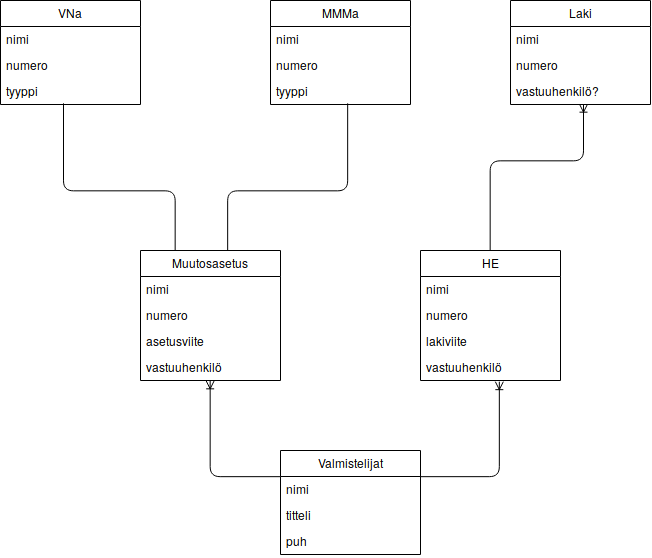
Themis1/LS-rekisteri keeps this draw.io diagram as LS-rekisteri_kaavio.png. Above is the earlier version. Source tidied: cells renumbered, new cells last; positions are measured from the earlier drawing's top-left corner, leaving out a move shared by most shapes.
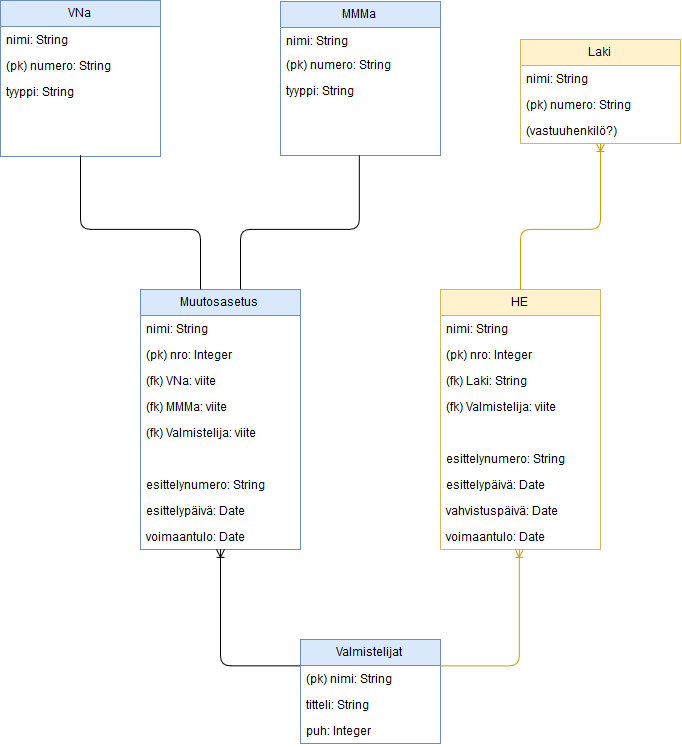
Later version of the same file.

The edit, as a diff of the source:
```diff
@@ -2,121 +2,164 @@
   <root>
     <mxCell id="0" />
     <mxCell id="1" parent="0" />
-    <mxCell id="2" value="VNa" style="swimlane;fontStyle=0;horizontal=1;startSize=26;fillColor=none;" parent="1" vertex="1">
-      <mxGeometry width="140" height="104" as="geometry" />
+    <mxCell id="2" value="VNa" style="swimlane;fontStyle=0;horizontal=1;startSize=26;fillColor=#dae8fc;strokeColor=#6c8ebf;" parent="1" vertex="1">
+      <mxGeometry x="-20" y="-39" width="160" height="156" as="geometry" />
     </mxCell>
-    <mxCell id="3" value="nimi" style="text;strokeColor=none;fillColor=none;align=left;verticalAlign=top;spacingLeft=4;spacingRight=4;overflow=hidden;" parent="2" vertex="1">
-      <mxGeometry y="26" width="140" height="26" as="geometry" />
+    <mxCell id="3" value="nimi: String" style="text;strokeColor=none;fillColor=none;align=left;verticalAlign=top;spacingLeft=4;spacingRight=4;overflow=hidden;" parent="2" vertex="1">
+      <mxGeometry y="26" width="160" height="26" as="geometry" />
     </mxCell>
-    <mxCell id="4" value="numero" style="text;strokeColor=none;fillColor=none;align=left;verticalAlign=top;spacingLeft=4;spacingRight=4;overflow=hidden;" parent="2" vertex="1">
-      <mxGeometry y="52" width="140" height="26" as="geometry" />
+    <mxCell id="4" value="(pk) numero: String" style="text;strokeColor=none;fillColor=none;align=left;verticalAlign=top;spacingLeft=4;spacingRight=4;overflow=hidden;" parent="2" vertex="1">
+      <mxGeometry y="52" width="160" height="26" as="geometry" />
     </mxCell>
-    <mxCell id="5" value="tyyppi" style="text;strokeColor=none;fillColor=none;align=left;verticalAlign=top;spacingLeft=4;spacingRight=4;overflow=hidden;points=[[0,0.5],[1,0.5]];portConstraint=eastwest;" parent="2" vertex="1">
-      <mxGeometry y="78" width="140" height="26" as="geometry" />
+    <mxCell id="5" value="tyyppi: String" style="text;strokeColor=none;fillColor=none;align=left;verticalAlign=top;spacingLeft=4;spacingRight=4;overflow=hidden;points=[[0,0.5],[1,0.5]];portConstraint=eastwest;" parent="2" vertex="1">
+      <mxGeometry y="78" width="160" height="26" as="geometry" />
     </mxCell>
-    <mxCell id="6" value="MMMa" style="swimlane;fontStyle=0;horizontal=1;startSize=26;fillColor=none;" parent="1" vertex="1">
-      <mxGeometry x="270" width="140" height="104" as="geometry" />
+    <mxCell id="6" value=" " style="text;strokeColor=none;fillColor=none;align=left;verticalAlign=top;spacingLeft=4;spacingRight=4;overflow=hidden;" parent="2" vertex="1">
+      <mxGeometry y="104" width="160" height="26" as="geometry" />
     </mxCell>
-    <mxCell id="7" value="nimi" style="text;strokeColor=none;fillColor=none;align=left;verticalAlign=top;spacingLeft=4;spacingRight=4;overflow=hidden;points=[[0,0.5],[1,0.5]];portConstraint=eastwest;" parent="6" vertex="1">
-      <mxGeometry y="26" width="140" height="26" as="geometry" />
+    <mxCell id="7" value=" " style="text;strokeColor=none;fillColor=none;align=left;verticalAlign=top;spacingLeft=4;spacingRight=4;overflow=hidden;points=[[0,0.5],[1,0.5]];portConstraint=eastwest;" parent="2" vertex="1">
+      <mxGeometry y="130" width="160" height="26" as="geometry" />
     </mxCell>
-    <mxCell id="8" value="numero" style="text;strokeColor=none;fillColor=none;align=left;verticalAlign=top;spacingLeft=4;spacingRight=4;overflow=hidden;" parent="6" vertex="1">
-      <mxGeometry y="52" width="140" height="26" as="geometry" />
+    <mxCell id="8" value="MMMa" style="swimlane;fontStyle=0;horizontal=1;startSize=26;fillColor=#dae8fc;strokeColor=#6c8ebf;" parent="1" vertex="1">
+      <mxGeometry x="260" y="-38" width="160" height="154" as="geometry" />
     </mxCell>
-    <mxCell id="9" value="tyyppi" style="text;strokeColor=none;fillColor=none;align=left;verticalAlign=top;spacingLeft=4;spacingRight=4;overflow=hidden;points=[[0,0.5],[1,0.5]];portConstraint=eastwest;" parent="6" vertex="1">
-      <mxGeometry y="78" width="140" height="26" as="geometry" />
+    <mxCell id="9" value="nimi: String" style="text;strokeColor=none;fillColor=none;align=left;verticalAlign=top;spacingLeft=4;spacingRight=4;overflow=hidden;points=[[0,0.5],[1,0.5]];portConstraint=eastwest;" parent="8" vertex="1">
+      <mxGeometry y="26" width="160" height="24" as="geometry" />
     </mxCell>
-    <mxCell id="10" value="Laki" style="swimlane;fontStyle=0;horizontal=1;startSize=26;fillColor=none;" parent="1" vertex="1">
-      <mxGeometry x="510" width="140" height="104" as="geometry" />
+    <mxCell id="10" value="(pk) numero: String" style="text;strokeColor=none;fillColor=none;align=left;verticalAlign=top;spacingLeft=4;spacingRight=4;overflow=hidden;" parent="8" vertex="1">
+      <mxGeometry y="50" width="160" height="26" as="geometry" />
     </mxCell>
-    <mxCell id="11" value="nimi" style="text;strokeColor=none;fillColor=none;align=left;verticalAlign=top;spacingLeft=4;spacingRight=4;overflow=hidden;" parent="10" vertex="1">
-      <mxGeometry y="26" width="140" height="26" as="geometry" />
+    <mxCell id="11" value="tyyppi: String" style="text;strokeColor=none;fillColor=none;align=left;verticalAlign=top;spacingLeft=4;spacingRight=4;overflow=hidden;" parent="8" vertex="1">
+      <mxGeometry y="76" width="160" height="26" as="geometry" />
     </mxCell>
-    <mxCell id="12" value="numero" style="text;strokeColor=none;fillColor=none;align=left;verticalAlign=top;spacingLeft=4;spacingRight=4;overflow=hidden;" parent="10" vertex="1">
-      <mxGeometry y="52" width="140" height="26" as="geometry" />
+    <mxCell id="12" value="&#10;" style="text;strokeColor=none;fillColor=none;align=left;verticalAlign=top;spacingLeft=4;spacingRight=4;overflow=hidden;" parent="8" vertex="1">
+      <mxGeometry y="102" width="160" height="26" as="geometry" />
     </mxCell>
-    <mxCell id="13" value="vastuuhenkilö?" style="text;strokeColor=none;fillColor=none;align=left;verticalAlign=top;spacingLeft=4;spacingRight=4;overflow=hidden;points=[[0,0.5],[1,0.5]];portConstraint=eastwest;" parent="10" vertex="1">
-      <mxGeometry y="78" width="140" height="26" as="geometry" />
+    <mxCell id="13" value="&#10;" style="text;strokeColor=none;fillColor=none;align=left;verticalAlign=top;spacingLeft=4;spacingRight=4;overflow=hidden;points=[[0,0.5],[1,0.5]];portConstraint=eastwest;" parent="8" vertex="1">
+      <mxGeometry y="128" width="160" height="26" as="geometry" />
     </mxCell>
-    <mxCell id="14" value="Muutosasetus" style="swimlane;fontStyle=0;horizontal=1;startSize=26;fillColor=none;" parent="1" vertex="1">
-      <mxGeometry x="140" y="250" width="140" height="130" as="geometry" />
+    <mxCell id="14" value="Laki" style="swimlane;fontStyle=0;horizontal=1;startSize=26;fillColor=#fff2cc;strokeColor=#d6b656;" parent="1" vertex="1">
+      <mxGeometry x="500" width="160" height="104" as="geometry" />
     </mxCell>
-    <mxCell id="15" value="nimi" style="text;strokeColor=none;fillColor=none;align=left;verticalAlign=top;spacingLeft=4;spacingRight=4;overflow=hidden;" parent="14" vertex="1">
-      <mxGeometry y="26" width="140" height="26" as="geometry" />
+    <mxCell id="15" value="nimi: String" style="text;strokeColor=none;fillColor=none;align=left;verticalAlign=top;spacingLeft=4;spacingRight=4;overflow=hidden;" parent="14" vertex="1">
+      <mxGeometry y="26" width="160" height="26" as="geometry" />
     </mxCell>
-    <mxCell id="16" value="numero" style="text;strokeColor=none;fillColor=none;align=left;verticalAlign=top;spacingLeft=4;spacingRight=4;overflow=hidden;" parent="14" vertex="1">
-      <mxGeometry y="52" width="140" height="26" as="geometry" />
+    <mxCell id="16" value="(pk) numero: String" style="text;strokeColor=none;fillColor=none;align=left;verticalAlign=top;spacingLeft=4;spacingRight=4;overflow=hidden;" parent="14" vertex="1">
+      <mxGeometry y="52" width="160" height="26" as="geometry" />
     </mxCell>
-    <mxCell id="17" value="asetusviite" style="text;strokeColor=none;fillColor=none;align=left;verticalAlign=top;spacingLeft=4;spacingRight=4;overflow=hidden;points=[[0,0.5],[1,0.5]];portConstraint=eastwest;" parent="14" vertex="1">
-      <mxGeometry y="78" width="140" height="26" as="geometry" />
+    <mxCell id="17" value="(vastuuhenkilö?)" style="text;strokeColor=none;fillColor=none;align=left;verticalAlign=top;spacingLeft=4;spacingRight=4;overflow=hidden;points=[[0,0.5],[1,0.5]];portConstraint=eastwest;" parent="14" vertex="1">
+      <mxGeometry y="78" width="160" height="26" as="geometry" />
     </mxCell>
-    <mxCell id="18" value="vastuuhenkilö" style="text;strokeColor=none;fillColor=none;align=left;verticalAlign=top;spacingLeft=4;spacingRight=4;overflow=hidden;points=[[0,0.5],[1,0.5]];portConstraint=eastwest;" parent="14" vertex="1">
-      <mxGeometry y="104" width="140" height="26" as="geometry" />
+    <mxCell id="18" value="Muutosasetus" style="swimlane;fontStyle=0;horizontal=1;startSize=26;fillColor=#dae8fc;strokeColor=#6c8ebf;" parent="1" vertex="1">
+      <mxGeometry x="120" y="250" width="160" height="260" as="geometry" />
     </mxCell>
-    <mxCell id="19" value="HE" style="swimlane;fontStyle=0;horizontal=1;startSize=26;fillColor=none;" parent="1" vertex="1">
-      <mxGeometry x="420" y="250" width="140" height="130" as="geometry" />
+    <mxCell id="19" value="nimi: String" style="text;strokeColor=none;fillColor=none;align=left;verticalAlign=top;spacingLeft=4;spacingRight=4;overflow=hidden;points=[[0,0.5],[1,0.5]];portConstraint=eastwest;" parent="18" vertex="1">
+      <mxGeometry y="26" width="160" height="26" as="geometry" />
     </mxCell>
-    <mxCell id="20" value="nimi" style="text;strokeColor=none;fillColor=none;align=left;verticalAlign=top;spacingLeft=4;spacingRight=4;overflow=hidden;" parent="19" vertex="1">
-      <mxGeometry y="26" width="140" height="26" as="geometry" />
+    <mxCell id="20" value="(pk) nro: Integer" style="text;strokeColor=none;fillColor=none;align=left;verticalAlign=top;spacingLeft=4;spacingRight=4;overflow=hidden;" parent="18" vertex="1">
+      <mxGeometry y="52" width="160" height="26" as="geometry" />
     </mxCell>
-    <mxCell id="21" value="numero" style="text;strokeColor=none;fillColor=none;align=left;verticalAlign=top;spacingLeft=4;spacingRight=4;overflow=hidden;" parent="19" vertex="1">
-      <mxGeometry y="52" width="140" height="26" as="geometry" />
+    <mxCell id="21" value="(fk) VNa: viite" style="text;strokeColor=none;fillColor=none;align=left;verticalAlign=top;spacingLeft=4;spacingRight=4;overflow=hidden;" parent="18" vertex="1">
+      <mxGeometry y="78" width="160" height="26" as="geometry" />
     </mxCell>
-    <mxCell id="22" value="lakiviite" style="text;strokeColor=none;fillColor=none;align=left;verticalAlign=top;spacingLeft=4;spacingRight=4;overflow=hidden;" parent="19" vertex="1">
-      <mxGeometry y="78" width="140" height="26" as="geometry" />
+    <mxCell id="22" value="(fk) MMMa: viite" style="text;strokeColor=none;fillColor=none;align=left;verticalAlign=top;spacingLeft=4;spacingRight=4;overflow=hidden;" parent="18" vertex="1">
+      <mxGeometry y="104" width="160" height="26" as="geometry" />
     </mxCell>
-    <mxCell id="23" value="vastuuhenkilö" style="text;strokeColor=none;fillColor=none;align=left;verticalAlign=top;spacingLeft=4;spacingRight=4;overflow=hidden;points=[[0,0.5],[1,0.5]];portConstraint=eastwest;" parent="19" vertex="1">
-      <mxGeometry y="104" width="140" height="26" as="geometry" />
+    <mxCell id="23" value="(fk) Valmistelija: viite" style="text;strokeColor=none;fillColor=none;align=left;verticalAlign=top;spacingLeft=4;spacingRight=4;overflow=hidden;points=[[0,0.5],[1,0.5]];portConstraint=eastwest;" parent="18" vertex="1">
+      <mxGeometry y="130" width="160" height="26" as="geometry" />
     </mxCell>
-    <mxCell id="24" value="Valmistelijat" style="swimlane;fontStyle=0;horizontal=1;startSize=26;fillColor=none;" parent="1" vertex="1">
-      <mxGeometry x="280" y="450" width="140" height="104" as="geometry" />
+    <mxCell id="24" value=" " style="text;strokeColor=none;fillColor=none;align=left;verticalAlign=top;spacingLeft=4;spacingRight=4;overflow=hidden;points=[[0,0.5],[1,0.5]];portConstraint=eastwest;" parent="18" vertex="1">
+      <mxGeometry y="156" width="160" height="26" as="geometry" />
     </mxCell>
-    <mxCell id="25" value="nimi" style="text;strokeColor=none;fillColor=none;align=left;verticalAlign=top;spacingLeft=4;spacingRight=4;overflow=hidden;" parent="24" vertex="1">
-      <mxGeometry y="26" width="140" height="26" as="geometry" />
+    <mxCell id="25" value="esittelynumero: String" style="text;strokeColor=none;fillColor=none;align=left;verticalAlign=top;spacingLeft=4;spacingRight=4;overflow=hidden;" parent="18" vertex="1">
+      <mxGeometry y="182" width="160" height="26" as="geometry" />
     </mxCell>
-    <mxCell id="26" value="titteli" style="text;strokeColor=none;fillColor=none;align=left;verticalAlign=top;spacingLeft=4;spacingRight=4;overflow=hidden;" parent="24" vertex="1">
-      <mxGeometry y="52" width="140" height="26" as="geometry" />
+    <mxCell id="26" value="esittelypäivä: Date" style="text;strokeColor=none;fillColor=none;align=left;verticalAlign=top;spacingLeft=4;spacingRight=4;overflow=hidden;" parent="18" vertex="1">
+      <mxGeometry y="208" width="160" height="26" as="geometry" />
     </mxCell>
-    <mxCell id="27" value="puh" style="text;strokeColor=none;fillColor=none;align=left;verticalAlign=top;spacingLeft=4;spacingRight=4;overflow=hidden;" parent="24" vertex="1">
-      <mxGeometry y="78" width="140" height="26" as="geometry" />
+    <mxCell id="27" value="voimaantulo: Date" style="text;strokeColor=none;fillColor=none;align=left;verticalAlign=top;spacingLeft=4;spacingRight=4;overflow=hidden;" parent="18" vertex="1">
+      <mxGeometry y="234" width="160" height="26" as="geometry" />
     </mxCell>
-    <mxCell id="28" style="edgeStyle=orthogonalEdgeStyle;fontSize=12;html=1;endArrow=ERoneToMany;exitX=0.5;exitY=0;exitDx=0;exitDy=0;entryX=0.523;entryY=0.998;entryDx=0;entryDy=0;entryPerimeter=0;" parent="1" edge="1" source="19" target="13">
-      <mxGeometry relative="1" as="geometry">
-        <Array as="points">
-          <mxPoint x="490" y="160" />
-          <mxPoint x="583" y="160" />
-        </Array>
-      </mxGeometry>
+    <mxCell id="28" value="HE" style="swimlane;fontStyle=0;horizontal=1;startSize=26;fillColor=#fff2cc;strokeColor=#d6b656;" parent="1" vertex="1">
+      <mxGeometry x="420" y="250" width="160" height="260" as="geometry" />
     </mxCell>
-    <mxCell id="29" style="endArrow=none;html=1;exitX=0.45;exitY=0.962;exitDx=0;exitDy=0;entryX=0.25;entryY=0;entryDx=0;entryDy=0;exitPerimeter=0;edgeStyle=orthogonalEdgeStyle;" parent="1" edge="1" source="5" target="14">
-      <mxGeometry relative="1" as="geometry">
-        <Array as="points">
-          <mxPoint x="63" y="190" />
-          <mxPoint x="175" y="190" />
-        </Array>
-      </mxGeometry>
+    <mxCell id="29" value="nimi: String" style="text;strokeColor=none;fillColor=none;align=left;verticalAlign=top;spacingLeft=4;spacingRight=4;overflow=hidden;" parent="28" vertex="1">
+      <mxGeometry y="26" width="160" height="26" as="geometry" />
     </mxCell>
-    <mxCell id="30" style="endArrow=none;html=1;exitX=0.623;exitY=0.004;exitDx=0;exitDy=0;entryX=0.55;entryY=0.967;entryDx=0;entryDy=0;exitPerimeter=0;entryPerimeter=0;edgeStyle=orthogonalEdgeStyle;" parent="1" edge="1" source="14" target="9">
-      <mxGeometry relative="1" as="geometry">
-        <Array as="points">
-          <mxPoint x="227" y="190" />
-          <mxPoint x="347" y="190" />
-        </Array>
-      </mxGeometry>
+    <mxCell id="30" value="(pk) nro: Integer" style="text;strokeColor=none;fillColor=none;align=left;verticalAlign=top;spacingLeft=4;spacingRight=4;overflow=hidden;" parent="28" vertex="1">
+      <mxGeometry y="52" width="160" height="26" as="geometry" />
     </mxCell>
-    <mxCell id="31" style="edgeStyle=orthogonalEdgeStyle;fontSize=12;html=1;endArrow=ERoneToMany;entryX=0.5;entryY=1;entryDx=0;entryDy=0;exitX=0;exitY=0.25;exitDx=0;exitDy=0;" parent="1" edge="1" source="24" target="14">
-      <mxGeometry relative="1" as="geometry">
-        <Array as="points">
-          <mxPoint x="210" y="476" />
-        </Array>
-      </mxGeometry>
+    <mxCell id="31" value="(fk) Laki: String" style="text;strokeColor=none;fillColor=none;align=left;verticalAlign=top;spacingLeft=4;spacingRight=4;overflow=hidden;" parent="28" vertex="1">
+      <mxGeometry y="78" width="160" height="26" as="geometry" />
     </mxCell>
-    <mxCell id="32" style="edgeStyle=orthogonalEdgeStyle;fontSize=12;html=1;endArrow=ERoneToMany;entryX=0.564;entryY=1.038;entryDx=0;entryDy=0;entryPerimeter=0;exitX=1;exitY=0.25;exitDx=0;exitDy=0;" parent="1" edge="1" source="24" target="23">
-      <mxGeometry relative="1" as="geometry">
-        <Array as="points">
-          <mxPoint x="499" y="476" />
-        </Array>
-      </mxGeometry>
+    <mxCell id="32" value="(fk) Valmistelija: viite" style="text;strokeColor=none;fillColor=none;align=left;verticalAlign=top;spacingLeft=4;spacingRight=4;overflow=hidden;" parent="28" vertex="1">
+      <mxGeometry y="104" width="160" height="26" as="geometry" />
     </mxCell>
+    <mxCell id="33" value=" " style="text;strokeColor=none;fillColor=none;align=left;verticalAlign=top;spacingLeft=4;spacingRight=4;overflow=hidden;" parent="28" vertex="1">
+      <mxGeometry y="130" width="160" height="26" as="geometry" />
+    </mxCell>
+    <mxCell id="34" value="esittelynumero: String" style="text;strokeColor=none;fillColor=none;align=left;verticalAlign=top;spacingLeft=4;spacingRight=4;overflow=hidden;" parent="28" vertex="1">
+      <mxGeometry y="156" width="160" height="26" as="geometry" />
+    </mxCell>
+    <mxCell id="35" value="esittelypäivä: Date" style="text;strokeColor=none;fillColor=none;align=left;verticalAlign=top;spacingLeft=4;spacingRight=4;overflow=hidden;" parent="28" vertex="1">
+      <mxGeometry y="182" width="160" height="26" as="geometry" />
+    </mxCell>
+    <mxCell id="36" value="vahvistuspäivä: Date" style="text;strokeColor=none;fillColor=none;align=left;verticalAlign=top;spacingLeft=4;spacingRight=4;overflow=hidden;" parent="28" vertex="1">
+      <mxGeometry y="208" width="160" height="26" as="geometry" />
+    </mxCell>
+    <mxCell id="37" value="voimaantulo: Date" style="text;strokeColor=none;fillColor=none;align=left;verticalAlign=top;spacingLeft=4;spacingRight=4;overflow=hidden;" parent="28" vertex="1">
+      <mxGeometry y="234" width="160" height="26" as="geometry" />
+    </mxCell>
+    <mxCell id="38" value="Valmistelijat" style="swimlane;fontStyle=0;horizontal=1;startSize=26;fillColor=#dae8fc;strokeColor=#6c8ebf;" parent="1" vertex="1">
+      <mxGeometry x="280" y="600" width="140" height="104" as="geometry" />
+    </mxCell>
+    <mxCell id="39" value="(pk) nimi: String" style="text;strokeColor=none;fillColor=none;align=left;verticalAlign=top;spacingLeft=4;spacingRight=4;overflow=hidden;" parent="38" vertex="1">
+      <mxGeometry y="26" width="140" height="26" as="geometry" />
+    </mxCell>
+    <mxCell id="40" value="titteli: String" style="text;strokeColor=none;fillColor=none;align=left;verticalAlign=top;spacingLeft=4;spacingRight=4;overflow=hidden;" parent="38" vertex="1">
+      <mxGeometry y="52" width="140" height="26" as="geometry" />
+    </mxCell>
+    <mxCell id="41" value="puh: Integer" style="text;strokeColor=none;fillColor=none;align=left;verticalAlign=top;spacingLeft=4;spacingRight=4;overflow=hidden;" parent="38" vertex="1">
+      <mxGeometry y="78" width="140" height="26" as="geometry" />
+    </mxCell>
+    <mxCell id="42" style="edgeStyle=orthogonalEdgeStyle;fontSize=12;html=1;endArrow=ERoneToMany;exitX=0.5;exitY=0;exitDx=0;exitDy=0;entryX=0.5;entryY=1.004;entryDx=0;entryDy=0;entryPerimeter=0;fillColor=#ffe6cc;strokeColor=#d79b00;" parent="1" edge="1" source="28" target="17">
+      <mxGeometry relative="1" as="geometry">
+        <Array as="points">
+          <mxPoint x="500" y="190" />
+          <mxPoint x="580" y="190" />
+        </Array>
+      </mxGeometry>
+    </mxCell>
+    <mxCell id="43" style="endArrow=none;html=1;edgeStyle=orthogonalEdgeStyle;exitX=0.501;exitY=0.972;exitDx=0;exitDy=0;exitPerimeter=0;entryX=0.375;entryY=0;entryDx=0;entryDy=0;entryPerimeter=0;" parent="1" edge="1" source="7" target="18">
+      <mxGeometry relative="1" as="geometry">
+        <Array as="points">
+          <mxPoint x="60" y="190" />
+          <mxPoint x="180" y="190" />
+        </Array>
+      </mxGeometry>
+    </mxCell>
+    <mxCell id="44" style="endArrow=none;html=1;edgeStyle=orthogonalEdgeStyle;entryX=0.491;entryY=1.008;entryDx=0;entryDy=0;entryPerimeter=0;exitX=0.623;exitY=-0.001;exitDx=0;exitDy=0;exitPerimeter=0;" parent="1" edge="1" source="18" target="13">
+      <mxGeometry relative="1" as="geometry">
+        <Array as="points">
+          <mxPoint x="220" y="190" />
+          <mxPoint x="339" y="190" />
+        </Array>
+      </mxGeometry>
+    </mxCell>
+    <mxCell id="45" style="edgeStyle=orthogonalEdgeStyle;fontSize=12;html=1;endArrow=ERoneToMany;entryX=0.5;entryY=1;entryDx=0;entryDy=0;exitX=0;exitY=0.25;exitDx=0;exitDy=0;" parent="1" edge="1" source="38" target="18">
+      <mxGeometry relative="1" as="geometry">
+        <Array as="points">
+          <mxPoint x="200" y="626" />
+        </Array>
+      </mxGeometry>
+    </mxCell>
+    <mxCell id="46" style="edgeStyle=orthogonalEdgeStyle;fontSize=12;html=1;endArrow=ERoneToMany;exitX=1;exitY=0.25;exitDx=0;exitDy=0;fillColor=#ffe6cc;strokeColor=#d79b00;" parent="1" edge="1" source="38">
+      <mxGeometry relative="1" as="geometry">
+        <mxPoint x="498.8" y="509.9" as="targetPoint" />
+        <Array as="points">
+          <mxPoint x="499" y="626" />
+        </Array>
+      </mxGeometry>
+    </mxCell>
   </root>
 </mxGraphModel>
```
